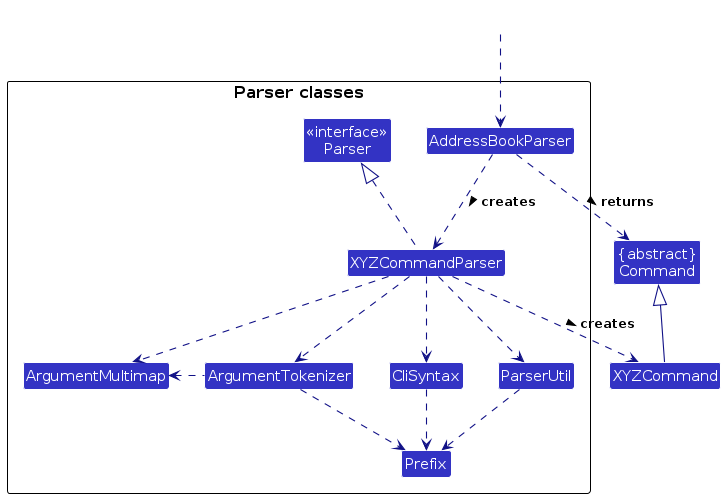
Above: diagrams/ParserClasses.png in wjayee/tp (PlantUML), before the change. Its source is kept beside it as diagrams/ParserClasses.puml. Its diagram source:
```plantuml
@startuml
!include style.puml
skinparam arrowThickness 1.1
skinparam arrowColor LOGIC_COLOR_T4
skinparam classBackgroundColor LOGIC_COLOR

Class "{abstract}\nCommand" as Command
Class XYZCommand

package "Parser classes"{
Class "<<interface>>\nParser" as Parser
Class AddressBookParser
Class XYZCommandParser
Class CliSyntax
Class ParserUtil
Class ArgumentMultimap
Class ArgumentTokenizer
Class Prefix
}

Class HiddenOutside #FFFFFF
HiddenOutside ..> AddressBookParser

AddressBookParser .down.> XYZCommandParser: creates >

XYZCommandParser ..> XYZCommand : creates >
AddressBookParser ..> Command : returns >
XYZCommandParser .up.|> Parser
XYZCommandParser ..> ArgumentMultimap
XYZCommandParser ..> ArgumentTokenizer
ArgumentTokenizer .left.> ArgumentMultimap
XYZCommandParser ..> CliSyntax
CliSyntax ..> Prefix
XYZCommandParser ..> ParserUtil
ParserUtil .down.> Prefix
ArgumentTokenizer .down.> Prefix
XYZCommand -up-|> Command
@enduml
```
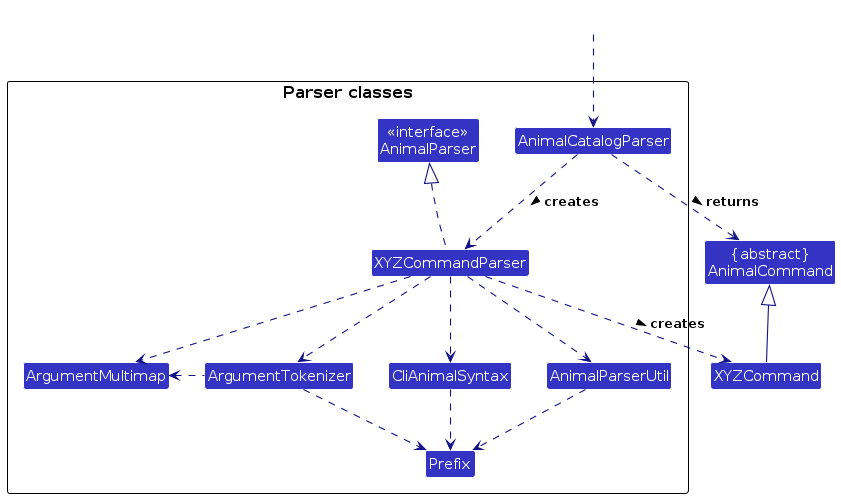
The same diagram one commit later.

The edit, as a diff of the source:
```diff
@@ -4,35 +4,35 @@
 skinparam arrowColor LOGIC_COLOR_T4
 skinparam classBackgroundColor LOGIC_COLOR
 
-Class "{abstract}\nCommand" as Command
+Class "{abstract}\nAnimalCommand" as AnimalCommand
 Class XYZCommand
 
 package "Parser classes"{
-Class "<<interface>>\nParser" as Parser
-Class AddressBookParser
+Class "<<interface>>\nAnimalParser" as AnimalParser
+Class AnimalCatalogParser
 Class XYZCommandParser
-Class CliSyntax
-Class ParserUtil
+Class CliAnimalSyntax
+Class AnimalParserUtil
 Class ArgumentMultimap
 Class ArgumentTokenizer
 Class Prefix
 }
 
 Class HiddenOutside #FFFFFF
-HiddenOutside ..> AddressBookParser
+HiddenOutside ..> AnimalCatalogParser
 
-AddressBookParser .down.> XYZCommandParser: creates >
+AnimalCatalogParser .down.> XYZCommandParser: creates >
 
 XYZCommandParser ..> XYZCommand : creates >
-AddressBookParser ..> Command : returns >
-XYZCommandParser .up.|> Parser
+AnimalCatalogParser ..> AnimalCommand : returns >
+XYZCommandParser .up.|> AnimalParser
 XYZCommandParser ..> ArgumentMultimap
 XYZCommandParser ..> ArgumentTokenizer
 ArgumentTokenizer .left.> ArgumentMultimap
-XYZCommandParser ..> CliSyntax
-CliSyntax ..> Prefix
-XYZCommandParser ..> ParserUtil
-ParserUtil .down.> Prefix
+XYZCommandParser ..> CliAnimalSyntax
+CliAnimalSyntax ..> Prefix
+XYZCommandParser ..> AnimalParserUtil
+AnimalParserUtil .down.> Prefix
 ArgumentTokenizer .down.> Prefix
-XYZCommand -up-|> Command
+XYZCommand -up-|> AnimalCommand
 @enduml
```
